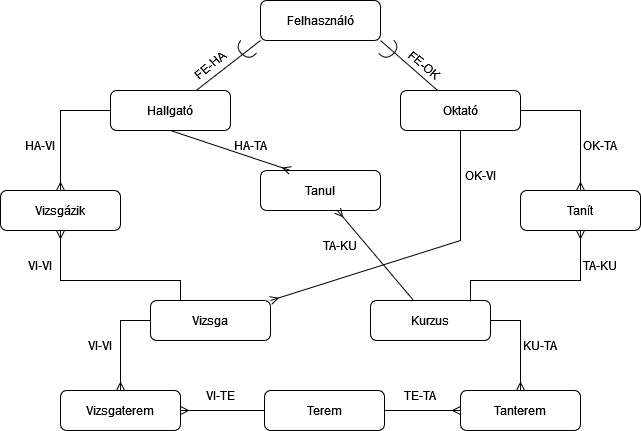
This is M1/Egyedmodell.png from farkasp1050/banana, a draw.io export, as it was before one commit. Source tidied: cells renumbered, new cells last; positions are measured from the earlier drawing's top-left corner, leaving out a move shared by most shapes.
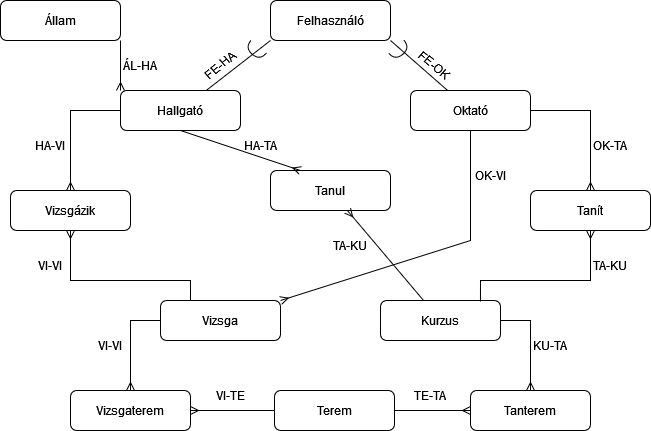
The same diagram one commit later.

Commit message:
Egyedmodell - végleges

What changed in the source:
```diff
@@ -149,5 +149,14 @@
     <mxCell id="40" value="TA-KU" style="text;html=1;align=center;verticalAlign=middle;whiteSpace=wrap;rounded=0;rotation=0;" parent="1" vertex="1">
       <mxGeometry x="310" y="230" width="60" height="30" as="geometry" />
     </mxCell>
+    <mxCell id="41" value="Állam" style="rounded=1;whiteSpace=wrap;html=1;" parent="1" vertex="1">
+      <mxGeometry x="-10" width="120" height="40" as="geometry" />
+    </mxCell>
+    <mxCell id="42" style="fontSize=12;html=1;endArrow=ERmany;rounded=0;entryX=0;entryY=0;entryDx=0;entryDy=0;exitX=1;exitY=1;exitDx=0;exitDy=0;" parent="1" edge="1" source="41" target="9">
+      <mxGeometry relative="1" as="geometry" />
+    </mxCell>
+    <mxCell id="43" value="ÁL-HA" style="text;html=1;align=center;verticalAlign=middle;whiteSpace=wrap;rounded=0;rotation=0;" parent="1" vertex="1">
+      <mxGeometry x="100" y="50" width="60" height="30" as="geometry" />
+    </mxCell>
   </root>
 </mxGraphModel>
```
